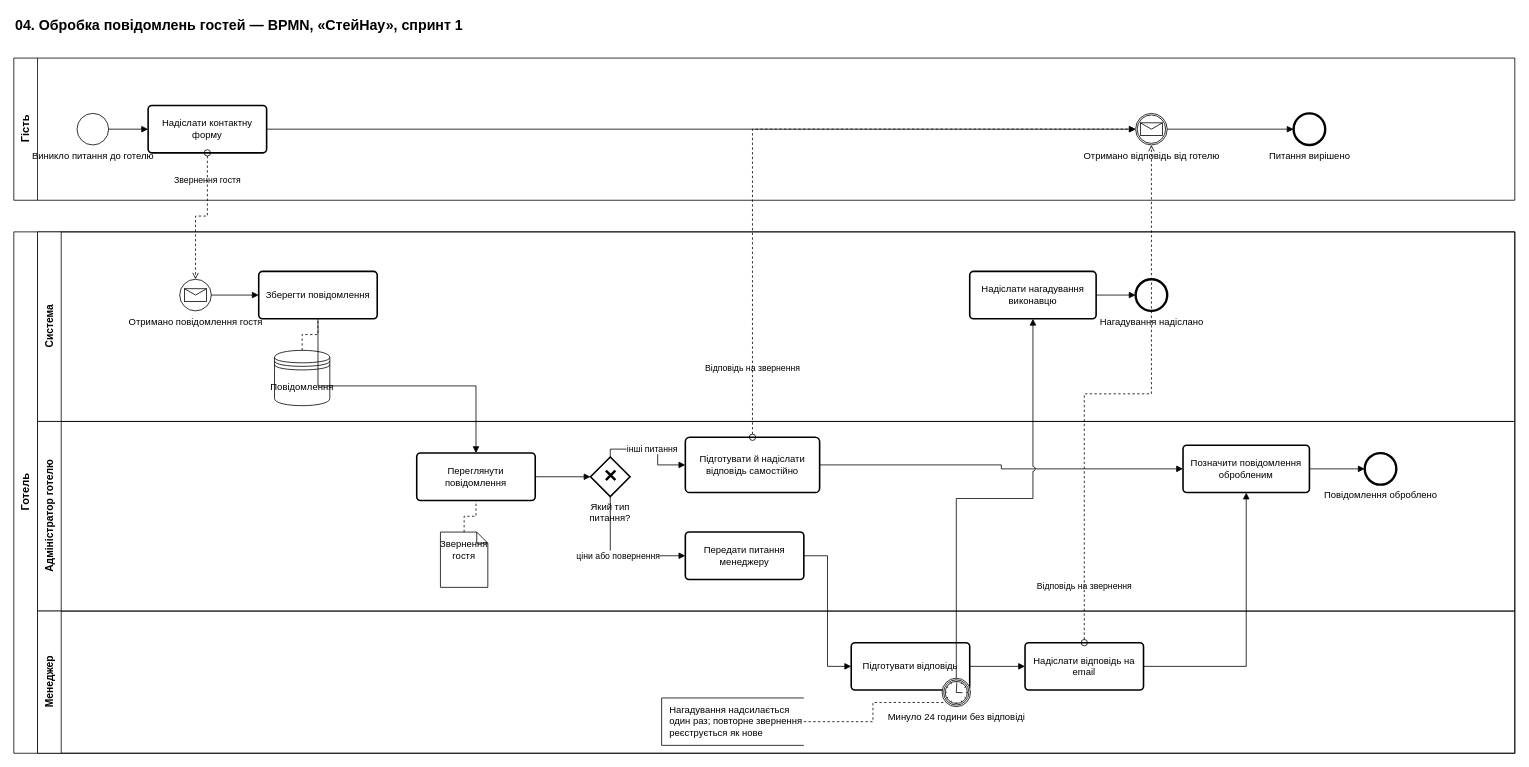
honest-honeypot/staynow keeps this draw.io diagram as docs/sprint1/bpmn/04_guest_messages.drawio. Above is the earlier version. Source tidied: cells renumbered, new cells numbered last; positions are measured from the earlier drawing's top-left corner, leaving out a move shared by most shapes. Both pictures are drawn from the tidied source at 79%, with x=0, y=0 at pixel (13, 13).
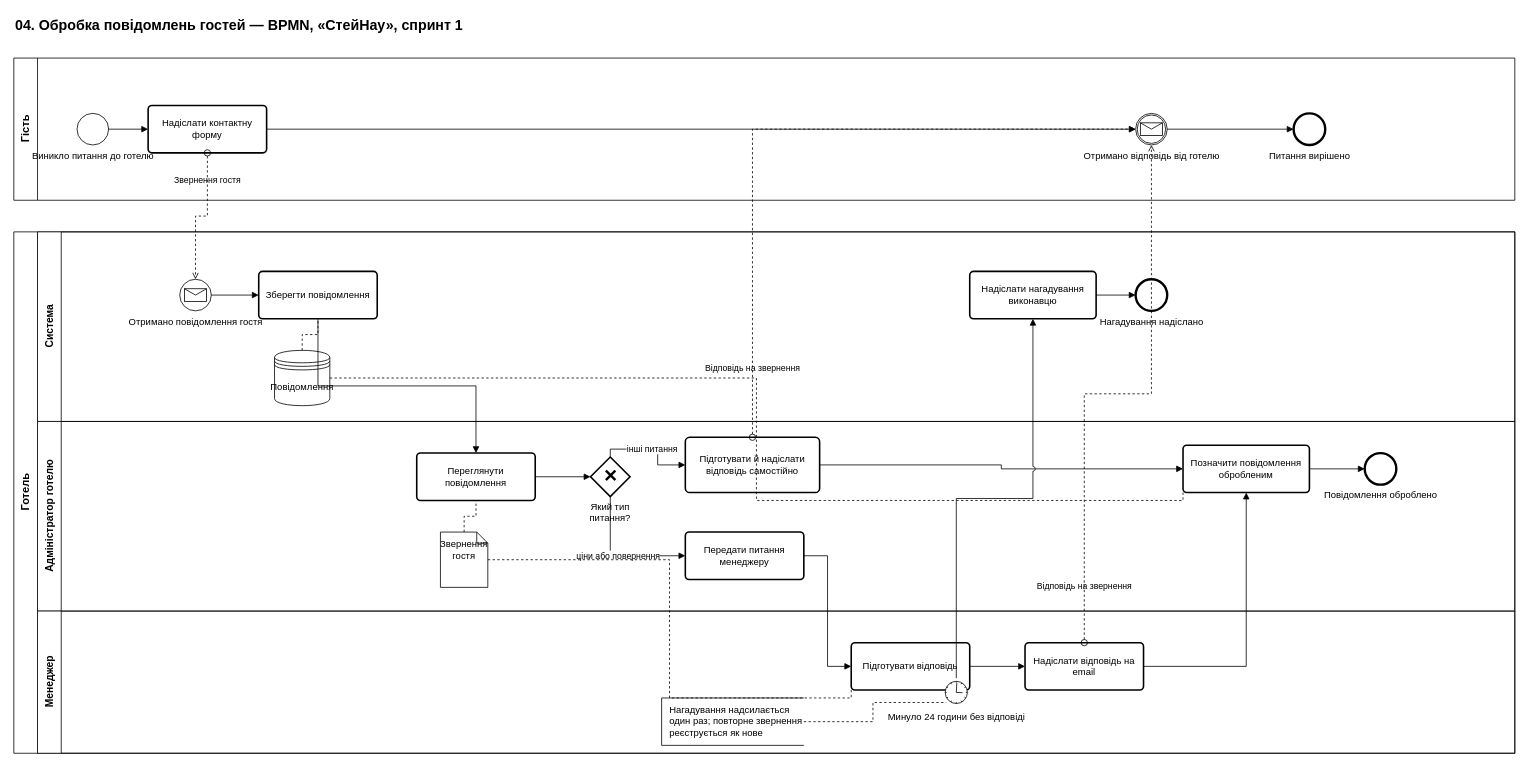
The same diagram, later.

The change refers to these unchanged cells:
```xml
<mxCell id="14" value="Менеджер" style="swimlane;html=1;horizontal=0;startSize=30;fontSize=13;swimlaneFillColor=none;" parent="11" vertex="1">
  <mxGeometry x="30" y="480" width="1870" height="180" as="geometry" />
</mxCell>
<mxCell id="19" value="Повідомлення" style="shape=datastore;whiteSpace=wrap;html=1;" parent="12" vertex="1">
  <mxGeometry x="300" y="150" width="70" height="70" as="geometry" />
</mxCell>
<mxCell id="20" value="Переглянути повідомлення" style="rounded=1;whiteSpace=wrap;html=1;arcSize=8;strokeWidth=2;" parent="13" vertex="1">
  <mxGeometry x="480" y="40" width="150" height="60" as="geometry" />
</mxCell>
<mxCell id="25" value="Позначити повідомлення обробленим" style="rounded=1;whiteSpace=wrap;html=1;arcSize=8;strokeWidth=2;" parent="13" vertex="1">
  <mxGeometry x="1450" y="30" width="160" height="60" as="geometry" />
</mxCell>
<mxCell id="27" value="Звернення гостя" style="shape=note;whiteSpace=wrap;html=1;size=14;verticalAlign=top;spacingTop=2;" parent="13" vertex="1">
  <mxGeometry x="510" y="140" width="60" height="70" as="geometry" />
</mxCell>
<mxCell id="28" value="Підготувати відповідь" style="rounded=1;whiteSpace=wrap;html=1;arcSize=8;strokeWidth=2;" parent="14" vertex="1">
  <mxGeometry x="1030" y="40" width="150" height="60" as="geometry" />
</mxCell>
<mxCell id="31" value="Нагадування надсилається один раз; повторне звернення реєструється як нове" style="shape=mxgraph.flowchart.annotation_1;html=1;align=left;whiteSpace=wrap;verticalAlign=middle;spacingLeft=8;fillColor=none;" parent="14" vertex="1">
  <mxGeometry x="790" y="110" width="180" height="60" as="geometry" />
</mxCell>
```

The edit, as a diff of the source:
```diff
@@
-    <mxCell id="29" value="Минуло 24 години без відповіді" style="shape=mxgraph.bpmn.event;html=1;verticalLabelPosition=bottom;verticalAlign=top;align=center;perimeter=ellipsePerimeter;outlineConnect=0;labelBackgroundColor=none;labelPosition=center;outline=boundInt;symbol=timer;" parent="14" vertex="1">
+    <mxCell id="29" value="Минуло 24 години без відповіді" style="shape=mxgraph.bpmn.event;html=1;verticalLabelPosition=bottom;verticalAlign=top;align=center;perimeter=ellipsePerimeter;outlineConnect=0;labelBackgroundColor=none;labelPosition=center;outline=boundNonInt;symbol=timer;" parent="14" vertex="1">
       <mxGeometry x="1145" y="85" width="36" height="36" as="geometry" />
     </mxCell>
@@
-    <mxCell id="48" style="edgeStyle=orthogonalEdgeStyle;html=1;dashed=1;endArrow=none;rounded=0;exitX=0.5;exitY=0;entryX=0.5;entryY=1;" parent="1" edge="1" source="27" target="20">
+    <mxCell id="48" style="edgeStyle=orthogonalEdgeStyle;html=1;dashed=1;endArrow=none;rounded=0;exitX=1;exitY=0.5;entryX=0;entryY=1;" parent="1" edge="1" source="19" target="25">
       <mxGeometry relative="1" as="geometry" />
     </mxCell>
-    <mxCell id="49" style="edgeStyle=orthogonalEdgeStyle;html=1;dashed=1;endArrow=none;rounded=0;exitX=1;exitY=0.5;entryX=0;entryY=1;" parent="1" edge="1" source="31" target="29">
+    <mxCell id="49" style="edgeStyle=orthogonalEdgeStyle;html=1;dashed=1;endArrow=none;rounded=0;exitX=1;exitY=0.5;entryX=0;entryY=1;" parent="1" edge="1" source="27" target="28">
       <mxGeometry relative="1" as="geometry" />
     </mxCell>
+    <mxCell id="50" style="edgeStyle=orthogonalEdgeStyle;html=1;dashed=1;endArrow=none;rounded=0;exitX=0.5;exitY=0;entryX=0.5;entryY=1;" parent="1" edge="1" source="27" target="20">
+      <mxGeometry relative="1" as="geometry" />
+    </mxCell>
+    <mxCell id="51" style="edgeStyle=orthogonalEdgeStyle;html=1;dashed=1;endArrow=none;rounded=0;exitX=1;exitY=0.5;entryX=0;entryY=1;" parent="1" edge="1" source="31" target="29">
+      <mxGeometry relative="1" as="geometry" />
+    </mxCell>
```
